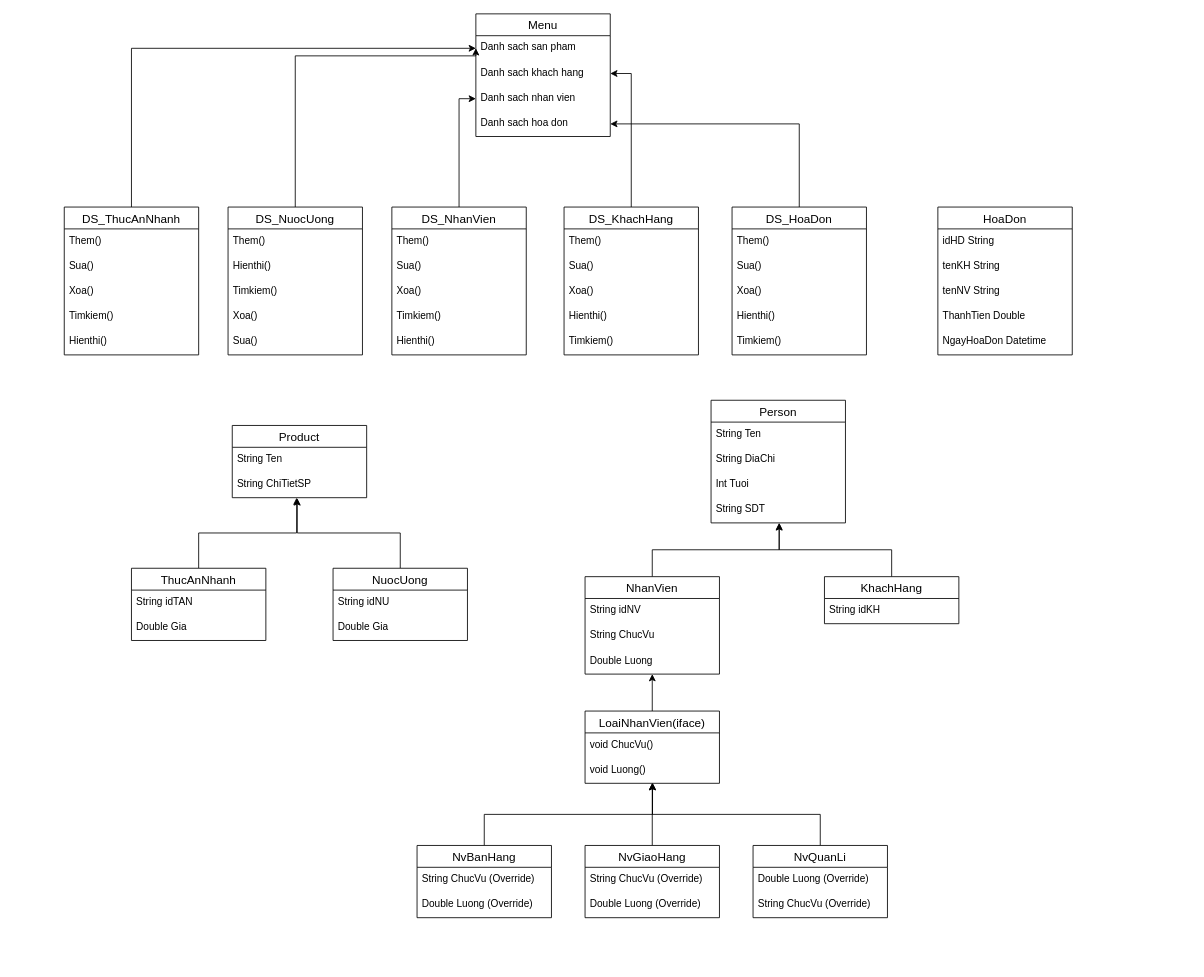
Above: UMLDiagram.drawio in EdgarIgnite16/Fast-food-store-Manager-OOP (draw.io), before the change. Source tidied: cells renumbered, new cells numbered last; positions are measured from the earlier drawing's top-left corner, leaving out a move shared by most shapes. Both pictures are drawn from the tidied source at 84%, with x=0, y=0 at pixel (64, 13).
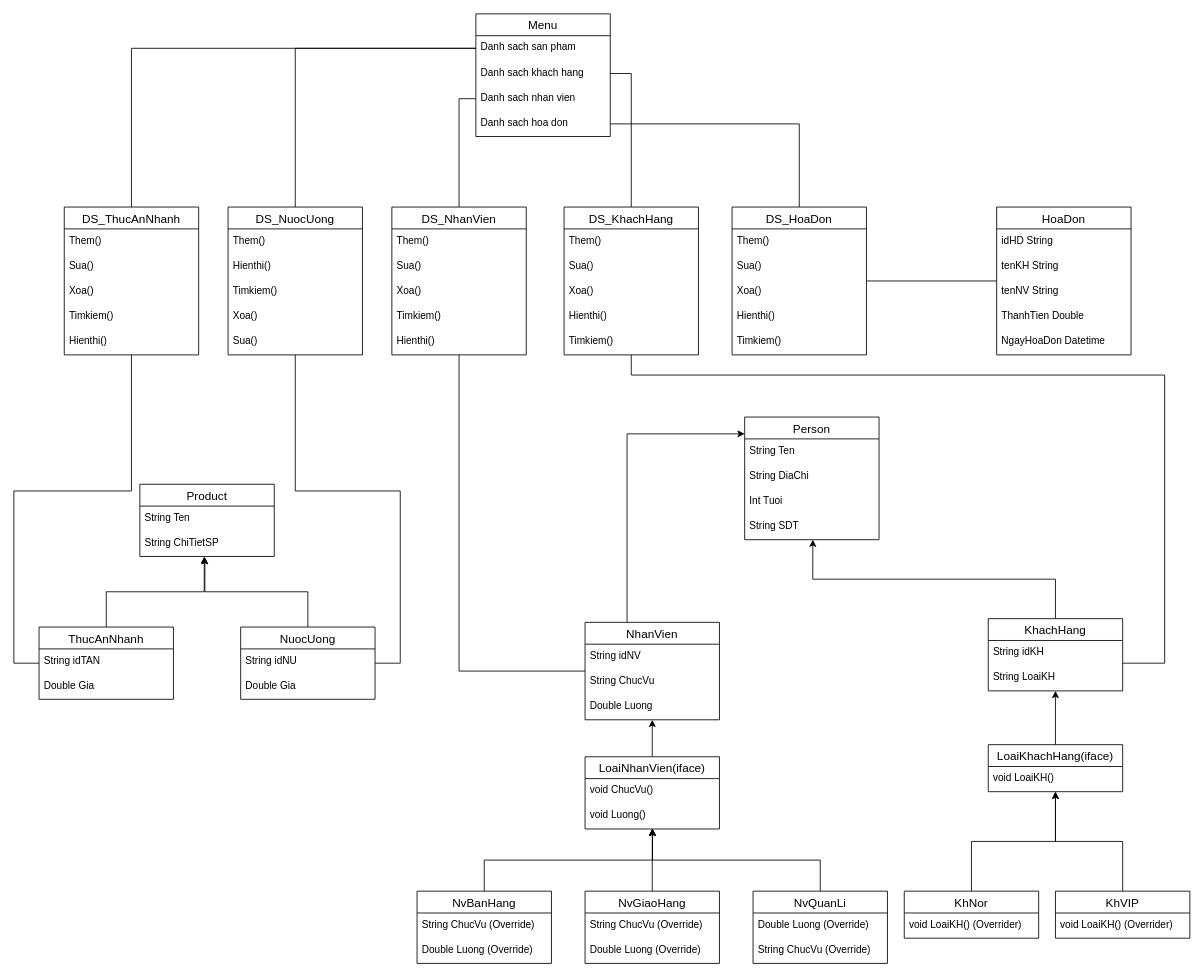
The same page after the edit.

The change refers to these unchanged cells:
```xml
<mxCell id="23" value="String SDT" style="text;strokeColor=none;fillColor=none;spacingLeft=4;spacingRight=4;overflow=hidden;points=[[0,0.5],[1,0.5]];portConstraint=eastwest;fontSize=12;" parent="19" vertex="1">
  <mxGeometry y="116" width="160" height="30" as="geometry" />
</mxCell>
<mxCell id="37" value="DS_ThucAnNhanh" style="swimlane;fontStyle=0;horizontal=1;startSize=26;align=center;fontSize=14;" parent="1" vertex="1">
  <mxGeometry y="230" width="160" height="176" as="geometry" />
</mxCell>
<mxCell id="44" value="DS_NuocUong" style="swimlane;fontStyle=0;horizontal=1;startSize=26;align=center;fontSize=14;" parent="1" vertex="1">
  <mxGeometry x="195" y="230" width="160" height="176" as="geometry" />
</mxCell>
<mxCell id="51" value="DS_NhanVien" style="swimlane;fontStyle=0;horizontal=1;startSize=26;align=center;fontSize=14;" parent="1" vertex="1">
  <mxGeometry x="390" y="230" width="160" height="176" as="geometry" />
</mxCell>
<mxCell id="58" value="DS_KhachHang" style="swimlane;fontStyle=0;horizontal=1;startSize=26;align=center;fontSize=14;" parent="1" vertex="1">
  <mxGeometry x="595" y="230" width="160" height="176" as="geometry" />
</mxCell>
<mxCell id="73" value="Danh sach san pham" style="text;strokeColor=none;fillColor=none;spacingLeft=4;spacingRight=4;overflow=hidden;points=[[0,0.5],[1,0.5]];portConstraint=eastwest;fontSize=12;" parent="72" vertex="1">
  <mxGeometry y="26" width="160" height="30" as="geometry" />
</mxCell>
<mxCell id="74" value="Danh sach khach hang" style="text;strokeColor=none;fillColor=none;spacingLeft=4;spacingRight=4;overflow=hidden;points=[[0,0.5],[1,0.5]];portConstraint=eastwest;fontSize=12;" parent="72" vertex="1">
  <mxGeometry y="56" width="160" height="30" as="geometry" />
</mxCell>
<mxCell id="75" value="Danh sach nhan vien" style="text;strokeColor=none;fillColor=none;spacingLeft=4;spacingRight=4;overflow=hidden;points=[[0,0.5],[1,0.5]];portConstraint=eastwest;fontSize=12;" parent="72" vertex="1">
  <mxGeometry y="86" width="160" height="30" as="geometry" />
</mxCell>
<mxCell id="76" value="Danh sach hoa don" style="text;strokeColor=none;fillColor=none;spacingLeft=4;spacingRight=4;overflow=hidden;points=[[0,0.5],[1,0.5]];portConstraint=eastwest;fontSize=12;" parent="72" vertex="1">
  <mxGeometry y="116" width="160" height="30" as="geometry" />
</mxCell>
<mxCell id="82" value="DS_HoaDon" style="swimlane;fontStyle=0;horizontal=1;startSize=26;align=center;fontSize=14;" parent="1" vertex="1">
  <mxGeometry x="795" y="230" width="160" height="176" as="geometry" />
</mxCell>
```

What changed in the source:
```diff
@@
     <mxCell id="2" value="Product" style="swimlane;fontStyle=0;horizontal=1;startSize=26;align=center;fontSize=14;" parent="1" vertex="1">
-      <mxGeometry x="200" y="490" width="160" height="86" as="geometry" />
+      <mxGeometry x="90" y="560" width="160" height="86" as="geometry" />
     </mxCell>
@@
+    <mxCell id="88" style="edgeStyle=orthogonalEdgeStyle;rounded=0;jettySize=auto;html=1;endArrow=none;endFill=0;" parent="1" edge="1" source="5" target="82">
+      <mxGeometry relative="1" as="geometry" />
+    </mxCell>
     <mxCell id="5" value="HoaDon" style="swimlane;fontStyle=0;horizontal=1;startSize=26;align=center;fontSize=14;" parent="1" vertex="1">
-      <mxGeometry x="1040" y="230" width="160" height="176" as="geometry" />
+      <mxGeometry x="1110" y="230" width="160" height="176" as="geometry" />
     </mxCell>
@@
+    <mxCell id="89" style="edgeStyle=orthogonalEdgeStyle;rounded=0;jettySize=auto;html=1;endArrow=none;endFill=0;" parent="1" edge="1" source="12" target="37">
+      <mxGeometry relative="1" as="geometry">
+        <Array as="points">
+          <mxPoint x="-60" y="773" />
+          <mxPoint x="-60" y="568" />
+          <mxPoint x="80" y="568" />
+        </Array>
+      </mxGeometry>
+    </mxCell>
     <mxCell id="12" value="ThucAnNhanh" style="swimlane;fontStyle=0;horizontal=1;startSize=26;align=center;fontSize=14;" parent="1" vertex="1">
-      <mxGeometry x="80" y="660" width="160" height="86" as="geometry" />
+      <mxGeometry x="-30" y="730" width="160" height="86" as="geometry" />
     </mxCell>
@@
+    <mxCell id="90" style="edgeStyle=orthogonalEdgeStyle;rounded=0;jettySize=auto;html=1;endArrow=none;endFill=0;" parent="1" edge="1" source="16" target="44">
+      <mxGeometry relative="1" as="geometry">
+        <Array as="points">
+          <mxPoint x="400" y="773" />
+          <mxPoint x="400" y="568" />
+          <mxPoint x="275" y="568" />
+        </Array>
+      </mxGeometry>
+    </mxCell>
     <mxCell id="16" value="NuocUong" style="swimlane;fontStyle=0;horizontal=1;startSize=26;align=center;fontSize=14;" parent="1" vertex="1">
-      <mxGeometry x="320" y="660" width="160" height="86" as="geometry" />
+      <mxGeometry x="210" y="730" width="160" height="86" as="geometry" />
     </mxCell>
@@
     <mxCell id="19" value="Person" style="swimlane;fontStyle=0;horizontal=1;startSize=26;align=center;fontSize=14;" parent="1" vertex="1">
-      <mxGeometry x="770" y="460" width="160" height="146" as="geometry" />
+      <mxGeometry x="810" y="480" width="160" height="146" as="geometry" />
     </mxCell>
@@
-    <mxCell id="24" style="edgeStyle=orthogonalEdgeStyle;rounded=0;jettySize=auto;html=1;entryX=0.507;entryY=1.02;entryDx=0;entryDy=0;entryPerimeter=0;" parent="1" edge="1" source="25" target="23">
-      <mxGeometry relative="1" as="geometry" />
-    </mxCell>
+    <mxCell id="91" style="edgeStyle=orthogonalEdgeStyle;rounded=0;jettySize=auto;html=1;endArrow=none;endFill=0;" parent="1" edge="1" source="25" target="51">
+      <mxGeometry relative="1" as="geometry" />
+    </mxCell>
+    <mxCell id="92" style="edgeStyle=orthogonalEdgeStyle;rounded=0;jettySize=auto;html=1;endArrow=classic;endFill=1;" parent="1" edge="1" source="25" target="19">
+      <mxGeometry relative="1" as="geometry">
+        <Array as="points">
+          <mxPoint x="670" y="500" />
+        </Array>
+      </mxGeometry>
+    </mxCell>
     <mxCell id="25" value="NhanVien" style="swimlane;fontStyle=0;horizontal=1;startSize=26;align=center;fontSize=14;" parent="1" vertex="1">
-      <mxGeometry x="620" y="670" width="160" height="116" as="geometry" />
+      <mxGeometry x="620" y="724.4" width="160" height="116" as="geometry" />
     </mxCell>
@@
+    <mxCell id="93" style="edgeStyle=orthogonalEdgeStyle;rounded=0;jettySize=auto;html=1;endArrow=none;endFill=0;" parent="1" edge="1" source="30" target="58">
+      <mxGeometry relative="1" as="geometry">
+        <Array as="points">
+          <mxPoint x="1310" y="773" />
+          <mxPoint x="1310" y="430" />
+          <mxPoint x="675" y="430" />
+        </Array>
+      </mxGeometry>
+    </mxCell>
     <mxCell id="30" value="KhachHang" style="swimlane;fontStyle=0;horizontal=1;startSize=26;align=center;fontSize=14;" parent="1" vertex="1">
-      <mxGeometry x="905" y="670" width="160" height="56" as="geometry" />
+      <mxGeometry x="1100" y="720" width="160" height="86" as="geometry" />
     </mxCell>
@@
+    <mxCell id="94" value="String LoaiKH" style="text;strokeColor=none;fillColor=none;spacingLeft=4;spacingRight=4;overflow=hidden;fontSize=12;" parent="30" vertex="1">
+      <mxGeometry y="56" width="160" height="30" as="geometry" />
+    </mxCell>
@@
     <mxCell id="33" value="NvBanHang" style="swimlane;fontStyle=0;horizontal=1;startSize=26;align=center;fontSize=14;" parent="1" vertex="1">
-      <mxGeometry x="420" y="990" width="160" height="86" as="geometry" />
+      <mxGeometry x="420" y="1044.4" width="160" height="86" as="geometry" />
     </mxCell>
@@
-    <mxCell id="36" style="edgeStyle=orthogonalEdgeStyle;rounded=0;jettySize=auto;html=1;entryX=0;entryY=0.5;entryDx=0;entryDy=0;" parent="1" edge="1" source="37" target="73">
+    <mxCell id="36" style="edgeStyle=orthogonalEdgeStyle;rounded=0;jettySize=auto;html=1;entryX=0;entryY=0.5;entryDx=0;entryDy=0;endArrow=none;endFill=0;" parent="1" edge="1" source="37" target="73">
       <mxGeometry relative="1" as="geometry" />
     </mxCell>
@@
-    <mxCell id="43" style="edgeStyle=orthogonalEdgeStyle;rounded=0;jettySize=auto;html=1;entryX=0;entryY=0.5;entryDx=0;entryDy=0;" parent="1" edge="1" source="44" target="73">
-      <mxGeometry relative="1" as="geometry">
-        <Array as="points">
-          <mxPoint x="275" y="50" />
-          <mxPoint x="490" y="50" />
-        </Array>
-      </mxGeometry>
+    <mxCell id="43" style="edgeStyle=orthogonalEdgeStyle;rounded=0;jettySize=auto;html=1;endArrow=none;endFill=0;" parent="1" edge="1" source="44" target="73">
+      <mxGeometry relative="1" as="geometry" />
     </mxCell>
@@
-    <mxCell id="50" style="edgeStyle=orthogonalEdgeStyle;rounded=0;jettySize=auto;html=1;entryX=0;entryY=0.5;entryDx=0;entryDy=0;" parent="1" edge="1" source="51" target="75">
+    <mxCell id="50" style="edgeStyle=orthogonalEdgeStyle;rounded=0;jettySize=auto;html=1;entryX=0;entryY=0.5;entryDx=0;entryDy=0;endArrow=none;endFill=0;" parent="1" edge="1" source="51" target="75">
       <mxGeometry relative="1" as="geometry" />
     </mxCell>
@@
-    <mxCell id="57" style="edgeStyle=orthogonalEdgeStyle;rounded=0;jettySize=auto;html=1;entryX=1;entryY=0.5;entryDx=0;entryDy=0;" parent="1" edge="1" source="58" target="74">
+    <mxCell id="57" style="edgeStyle=orthogonalEdgeStyle;rounded=0;jettySize=auto;html=1;entryX=1;entryY=0.5;entryDx=0;entryDy=0;endArrow=none;endFill=0;" parent="1" edge="1" source="58" target="74">
       <mxGeometry relative="1" as="geometry" />
     </mxCell>
@@
     <mxCell id="65" value="NvGiaoHang" style="swimlane;fontStyle=0;horizontal=1;startSize=26;align=center;fontSize=14;" parent="1" vertex="1">
-      <mxGeometry x="620" y="990" width="160" height="86" as="geometry" />
+      <mxGeometry x="620" y="1044.4" width="160" height="86" as="geometry" />
     </mxCell>
@@
     <mxCell id="69" value="NvQuanLi" style="swimlane;fontStyle=0;horizontal=1;startSize=26;align=center;fontSize=14;swimlaneFillColor=default;" parent="1" vertex="1">
-      <mxGeometry x="820" y="990" width="160" height="86" as="geometry" />
+      <mxGeometry x="820" y="1044.4" width="160" height="86" as="geometry" />
     </mxCell>
@@
     <mxCell id="78" value="LoaiNhanVien(iface)" style="swimlane;fontStyle=0;horizontal=1;startSize=26;align=center;fontSize=14;" parent="1" vertex="1">
-      <mxGeometry x="620" y="830" width="160" height="86" as="geometry" />
+      <mxGeometry x="620" y="884.4" width="160" height="86" as="geometry" />
     </mxCell>
@@
-    <mxCell id="81" style="edgeStyle=orthogonalEdgeStyle;rounded=0;jettySize=auto;html=1;" parent="1" edge="1" source="82" target="76">
+    <mxCell id="81" style="edgeStyle=orthogonalEdgeStyle;rounded=0;jettySize=auto;html=1;endArrow=none;endFill=0;" parent="1" edge="1" source="82" target="76">
       <mxGeometry relative="1" as="geometry">
         <Array as="points">
           <mxPoint x="875" y="131" />
         </Array>
       </mxGeometry>
     </mxCell>
@@
+    <mxCell id="95" style="edgeStyle=orthogonalEdgeStyle;rounded=0;jettySize=auto;html=1;endArrow=classic;endFill=1;" parent="1" edge="1" source="96" target="30">
+      <mxGeometry relative="1" as="geometry" />
+    </mxCell>
+    <mxCell id="96" value="LoaiKhachHang(iface)" style="swimlane;fontStyle=0;horizontal=1;startSize=26;align=center;fontSize=14;" parent="1" vertex="1">
+      <mxGeometry x="1100" y="870" width="160" height="56" as="geometry" />
+    </mxCell>
+    <mxCell id="97" value="void LoaiKH()" style="text;strokeColor=none;fillColor=none;spacingLeft=4;spacingRight=4;overflow=hidden;fontSize=12;" parent="96" vertex="1">
+      <mxGeometry y="26" width="160" height="30" as="geometry" />
+    </mxCell>
+    <mxCell id="98" style="edgeStyle=orthogonalEdgeStyle;rounded=0;jettySize=auto;html=1;endArrow=classic;endFill=1;" parent="1" edge="1" source="99" target="96">
+      <mxGeometry relative="1" as="geometry" />
+    </mxCell>
+    <mxCell id="99" value="KhNor" style="swimlane;fontStyle=0;horizontal=1;startSize=26;align=center;fontSize=14;" parent="1" vertex="1">
+      <mxGeometry x="1000" y="1044.4" width="160" height="56" as="geometry" />
+    </mxCell>
+    <mxCell id="100" value="void LoaiKH() (Overrider)" style="text;strokeColor=none;fillColor=none;spacingLeft=4;spacingRight=4;overflow=hidden;fontSize=12;" parent="99" vertex="1">
+      <mxGeometry y="26" width="160" height="30" as="geometry" />
+    </mxCell>
+    <mxCell id="101" style="edgeStyle=orthogonalEdgeStyle;rounded=0;jettySize=auto;html=1;endArrow=classic;endFill=1;" parent="1" edge="1" source="102" target="96">
+      <mxGeometry relative="1" as="geometry" />
+    </mxCell>
+    <mxCell id="102" value="KhVIP" style="swimlane;fontStyle=0;horizontal=1;startSize=26;align=center;fontSize=14;" parent="1" vertex="1">
+      <mxGeometry x="1180" y="1044.4" width="160" height="56" as="geometry" />
+    </mxCell>
+    <mxCell id="103" value="void LoaiKH() (Overrider)" style="text;strokeColor=none;fillColor=none;spacingLeft=4;spacingRight=4;overflow=hidden;fontSize=12;" parent="102" vertex="1">
+      <mxGeometry y="26" width="160" height="30" as="geometry" />
+    </mxCell>
```
